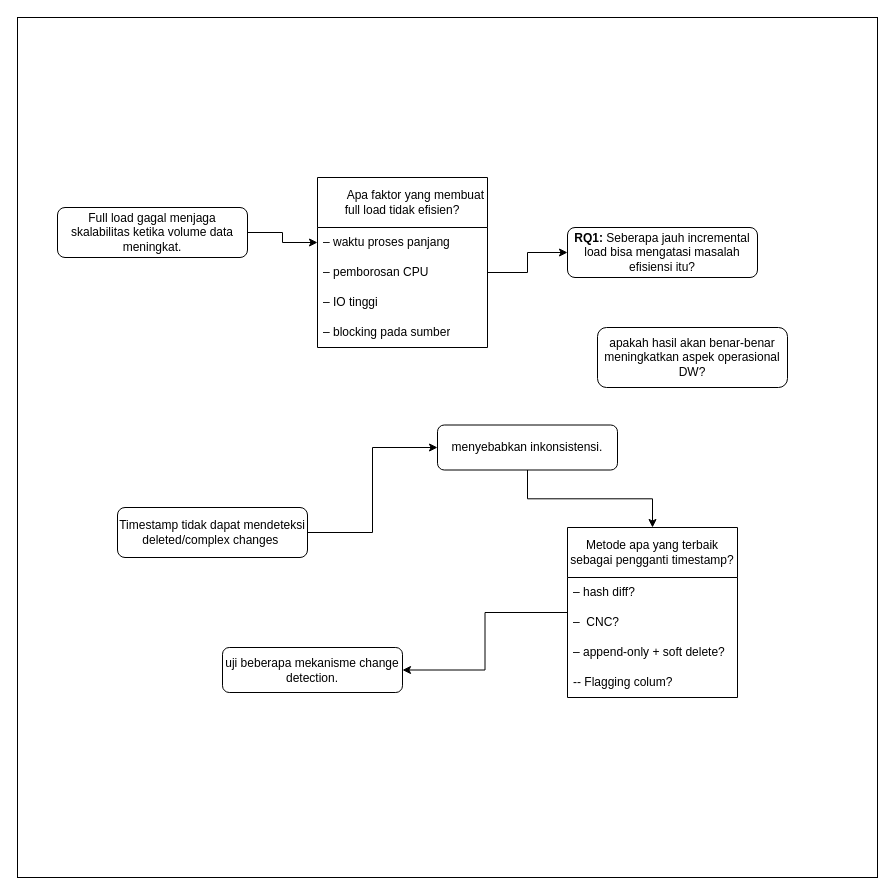
This is rm-metopen.drawio from Rizkyhnkw/diagram, a draw.io file, before an edit. Source tidied: cells renumbered, new cells numbered last; positions are measured from the earlier drawing's top-left corner, leaving out a move shared by most shapes. Both pictures are drawn from the tidied source at 100%, with x=0, y=0 at pixel (17, 17).
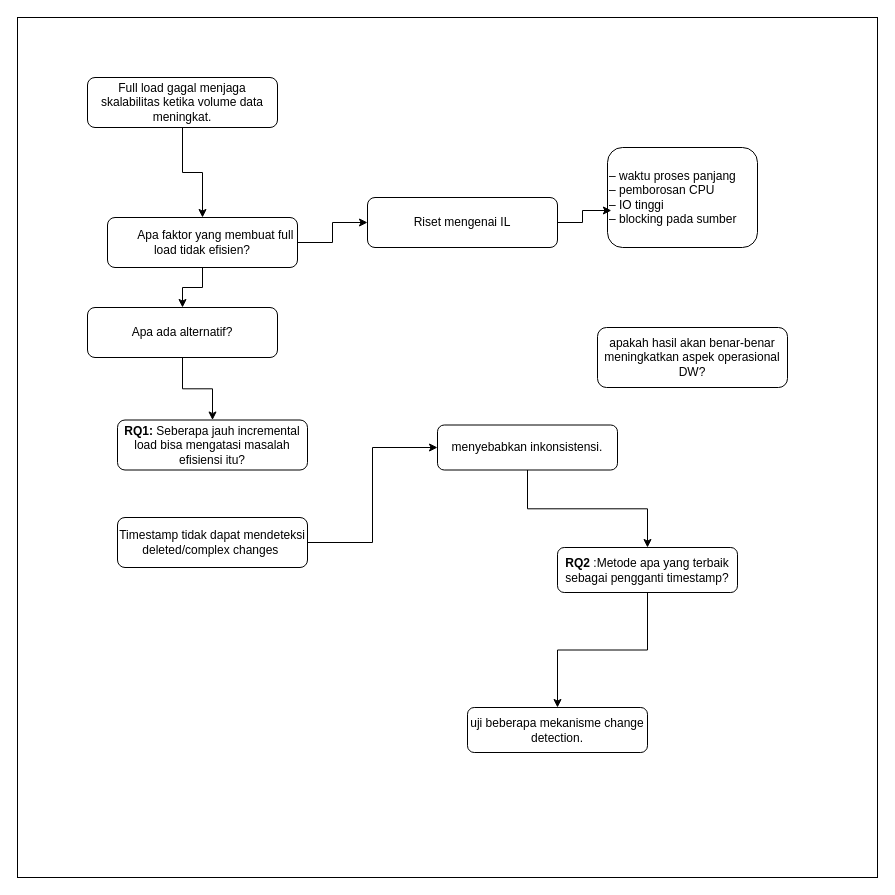
The same diagram, later.

Unchanged cells that the change refers to:
```xml
<mxCell id="7" value="menyebabkan inkonsistensi." style="rounded=1;whiteSpace=wrap;html=1;" parent="1" vertex="1">
  <mxGeometry x="420" y="407.5" width="180" height="45" as="geometry" />
</mxCell>
```

Change to the diagram source:
```diff
@@
-    <mxCell id="3" style="edgeStyle=orthogonalEdgeStyle;rounded=0;jettySize=auto;html=1;entryX=0;entryY=0.5;entryDx=0;entryDy=0;" parent="1" edge="1" source="4" target="11">
-      <mxGeometry relative="1" as="geometry" />
-    </mxCell>
+    <mxCell id="24" style="edgeStyle=orthogonalEdgeStyle;rounded=0;jettySize=auto;html=1;" parent="1" edge="1" source="4" target="10">
+      <mxGeometry relative="1" as="geometry" />
+    </mxCell>
     <mxCell id="4" value="Full load gagal menjaga skalabilitas ketika volume data meningkat." style="rounded=1;whiteSpace=wrap;html=1;" parent="1" vertex="1">
-      <mxGeometry x="40" y="190" width="190" height="50" as="geometry" />
+      <mxGeometry x="70" y="60" width="190" height="50" as="geometry" />
     </mxCell>
     <mxCell id="5" value="&lt;strong&gt;RQ1:&lt;/strong&gt; Seberapa jauh incremental load bisa mengatasi masalah efisiensi itu?" style="rounded=1;whiteSpace=wrap;html=1;" parent="1" vertex="1">
-      <mxGeometry x="550" y="210" width="190" height="50" as="geometry" />
+      <mxGeometry x="100" y="402.5" width="190" height="50" as="geometry" />
     </mxCell>
-    <mxCell id="6" style="edgeStyle=orthogonalEdgeStyle;rounded=0;jettySize=auto;html=1;entryX=0.5;entryY=0;entryDx=0;entryDy=0;" parent="1" edge="1" source="7" target="17">
+    <mxCell id="6" style="edgeStyle=orthogonalEdgeStyle;rounded=0;jettySize=auto;html=1;entryX=0.5;entryY=0;entryDx=0;entryDy=0;" parent="1" edge="1" source="7" target="32">
       <mxGeometry relative="1" as="geometry" />
     </mxCell>
@@
     <mxCell id="9" value="Timestamp tidak dapat mendeteksi deleted/complex changes&amp;nbsp;" style="rounded=1;whiteSpace=wrap;html=1;" parent="1" vertex="1">
-      <mxGeometry x="100" y="490" width="190" height="50" as="geometry" />
+      <mxGeometry x="100" y="500" width="190" height="50" as="geometry" />
     </mxCell>
-    <mxCell id="10" value="&lt;span style=&quot;white-space: pre;&quot;&gt;&#9;&lt;/span&gt;Apa faktor yang membuat full load tidak efisien?" style="swimlane;fontStyle=0;horizontal=1;startSize=50;whiteSpace=wrap;html=1;" parent="1" vertex="1">
-      <mxGeometry x="300" y="160" width="170" height="170" as="geometry" />
-    </mxCell>
-    <mxCell id="11" value="– waktu proses panjang" style="text;strokeColor=none;fillColor=none;align=left;verticalAlign=middle;spacingLeft=4;spacingRight=4;overflow=hidden;points=[[0,0.5],[1,0.5]];portConstraint=eastwest;whiteSpace=wrap;html=1;" parent="10" vertex="1">
-      <mxGeometry y="50" width="170" height="30" as="geometry" />
-    </mxCell>
-    <mxCell id="12" value="– pemborosan CPU" style="text;strokeColor=none;fillColor=none;align=left;verticalAlign=middle;spacingLeft=4;spacingRight=4;overflow=hidden;points=[[0,0.5],[1,0.5]];portConstraint=eastwest;whiteSpace=wrap;html=1;" parent="10" vertex="1">
-      <mxGeometry y="80" width="170" height="30" as="geometry" />
-    </mxCell>
-    <mxCell id="13" value="– IO tinggi" style="text;strokeColor=none;fillColor=none;align=left;verticalAlign=middle;spacingLeft=4;spacingRight=4;overflow=hidden;whiteSpace=wrap;html=1;" parent="10" vertex="1">
-      <mxGeometry y="110" width="170" height="30" as="geometry" />
-    </mxCell>
-    <mxCell id="14" value="– blocking pada sumber" style="text;strokeColor=none;fillColor=none;align=left;verticalAlign=middle;spacingLeft=4;spacingRight=4;overflow=hidden;whiteSpace=wrap;html=1;" parent="10" vertex="1">
-      <mxGeometry y="140" width="170" height="30" as="geometry" />
-    </mxCell>
-    <mxCell id="15" style="edgeStyle=orthogonalEdgeStyle;rounded=0;jettySize=auto;html=1;entryX=0;entryY=0.5;entryDx=0;entryDy=0;" parent="1" edge="1" source="12" target="5">
-      <mxGeometry relative="1" as="geometry" />
-    </mxCell>
-    <mxCell id="16" style="edgeStyle=orthogonalEdgeStyle;rounded=0;jettySize=auto;html=1;" parent="1" edge="1" source="17" target="22">
+    <mxCell id="16" style="edgeStyle=orthogonalEdgeStyle;rounded=0;jettySize=auto;html=1;exitX=0.5;exitY=1;exitDx=0;exitDy=0;" parent="1" edge="1" source="32" target="22">
       <mxGeometry relative="1" as="geometry" />
     </mxCell>
-    <mxCell id="17" value="Metode apa yang terbaik sebagai pengganti timestamp?" style="swimlane;fontStyle=0;horizontal=1;startSize=50;whiteSpace=wrap;html=1;" parent="1" vertex="1">
-      <mxGeometry x="550" y="510" width="170" height="170" as="geometry" />
-    </mxCell>
-    <mxCell id="18" value="– hash diff?" style="text;strokeColor=none;fillColor=none;align=left;verticalAlign=middle;spacingLeft=4;spacingRight=4;overflow=hidden;whiteSpace=wrap;html=1;" parent="17" vertex="1">
-      <mxGeometry y="50" width="170" height="30" as="geometry" />
-    </mxCell>
-    <mxCell id="19" value="–&amp;nbsp; CNC?" style="text;strokeColor=none;fillColor=none;align=left;verticalAlign=middle;spacingLeft=4;spacingRight=4;overflow=hidden;whiteSpace=wrap;html=1;" parent="17" vertex="1">
-      <mxGeometry y="80" width="170" height="30" as="geometry" />
-    </mxCell>
-    <mxCell id="20" value="– append-only + soft delete?" style="text;strokeColor=none;fillColor=none;align=left;verticalAlign=middle;spacingLeft=4;spacingRight=4;overflow=hidden;whiteSpace=wrap;html=1;" parent="17" vertex="1">
-      <mxGeometry y="110" width="170" height="30" as="geometry" />
-    </mxCell>
-    <mxCell id="21" value="-- Flagging colum?" style="text;strokeColor=none;fillColor=none;align=left;verticalAlign=middle;spacingLeft=4;spacingRight=4;overflow=hidden;whiteSpace=wrap;html=1;" parent="17" vertex="1">
-      <mxGeometry y="140" width="170" height="30" as="geometry" />
-    </mxCell>
     <mxCell id="22" value="uji beberapa mekanisme change detection." style="rounded=1;whiteSpace=wrap;html=1;" parent="1" vertex="1">
-      <mxGeometry x="205" y="630" width="180" height="45" as="geometry" />
+      <mxGeometry x="450" y="690" width="180" height="45" as="geometry" />
     </mxCell>
@@
+    <mxCell id="25" value="&lt;div align=&quot;left&quot;&gt;– waktu proses panjang&lt;/div&gt;&lt;div align=&quot;left&quot;&gt;– pemborosan CPU&lt;/div&gt;&lt;div align=&quot;left&quot;&gt;– IO tinggi&lt;/div&gt;&lt;div align=&quot;left&quot;&gt;– blocking pada sumber&lt;/div&gt;" style="rounded=1;whiteSpace=wrap;html=1;align=left;" parent="1" vertex="1">
+      <mxGeometry x="590" y="130" width="150" height="100" as="geometry" />
+    </mxCell>
+    <mxCell id="26" style="edgeStyle=orthogonalEdgeStyle;rounded=0;jettySize=auto;html=1;" parent="1" edge="1" source="10" target="28">
+      <mxGeometry relative="1" as="geometry" />
+    </mxCell>
+    <mxCell id="27" style="edgeStyle=orthogonalEdgeStyle;rounded=0;jettySize=auto;html=1;entryX=0.5;entryY=0;entryDx=0;entryDy=0;" parent="1" edge="1" source="10" target="31">
+      <mxGeometry relative="1" as="geometry" />
+    </mxCell>
+    <mxCell id="10" value="&lt;span style=&quot;white-space: pre;&quot;&gt;&#9;&lt;/span&gt;Apa faktor yang membuat full load tidak efisien?" style="rounded=1;whiteSpace=wrap;html=1;" parent="1" vertex="1">
+      <mxGeometry x="90" y="200" width="190" height="50" as="geometry" />
+    </mxCell>
+    <mxCell id="28" value="Riset mengenai IL" style="rounded=1;whiteSpace=wrap;html=1;" parent="1" vertex="1">
+      <mxGeometry x="350" y="180" width="190" height="50" as="geometry" />
+    </mxCell>
+    <mxCell id="29" style="edgeStyle=orthogonalEdgeStyle;rounded=0;jettySize=auto;html=1;entryX=0.026;entryY=0.63;entryDx=0;entryDy=0;entryPerimeter=0;" parent="1" edge="1" source="28" target="25">
+      <mxGeometry relative="1" as="geometry" />
+    </mxCell>
+    <mxCell id="30" style="edgeStyle=orthogonalEdgeStyle;rounded=0;jettySize=auto;html=1;" parent="1" edge="1" source="31" target="5">
+      <mxGeometry relative="1" as="geometry" />
+    </mxCell>
+    <mxCell id="31" value="Apa ada alternatif?" style="rounded=1;whiteSpace=wrap;html=1;" parent="1" vertex="1">
+      <mxGeometry x="70" y="290" width="190" height="50" as="geometry" />
+    </mxCell>
+    <mxCell id="32" value="&lt;b&gt;RQ2 &lt;/b&gt;:Metode apa yang terbaik sebagai pengganti timestamp?" style="rounded=1;whiteSpace=wrap;html=1;" parent="1" vertex="1">
+      <mxGeometry x="540" y="530" width="180" height="45" as="geometry" />
+    </mxCell>
```
